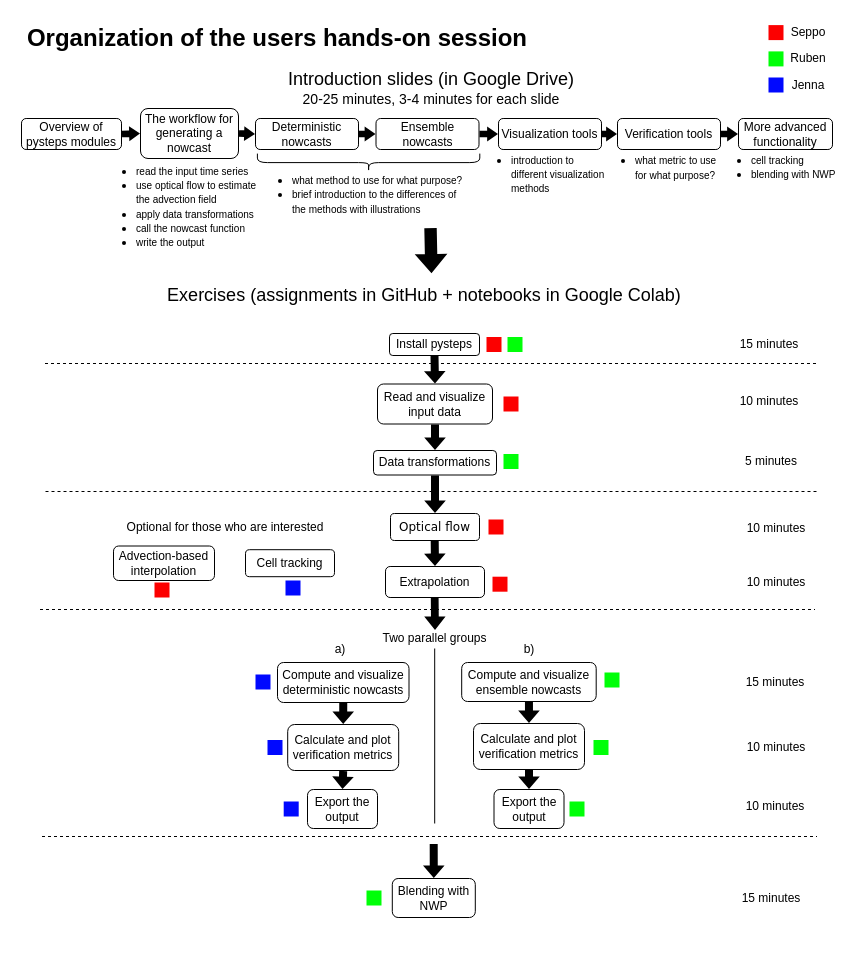
This is hands-on-session-users/session_overview.drawio from pySTEPS/ERAD-nowcasting-course-2022, a draw.io file, before an edit. Source tidied: cells renumbered, new cells numbered last; positions are measured from the earlier drawing's top-left corner, leaving out a move shared by most shapes. Both pictures are drawn from the tidied source at 100%, with x=0, y=0 at pixel (17, 17).
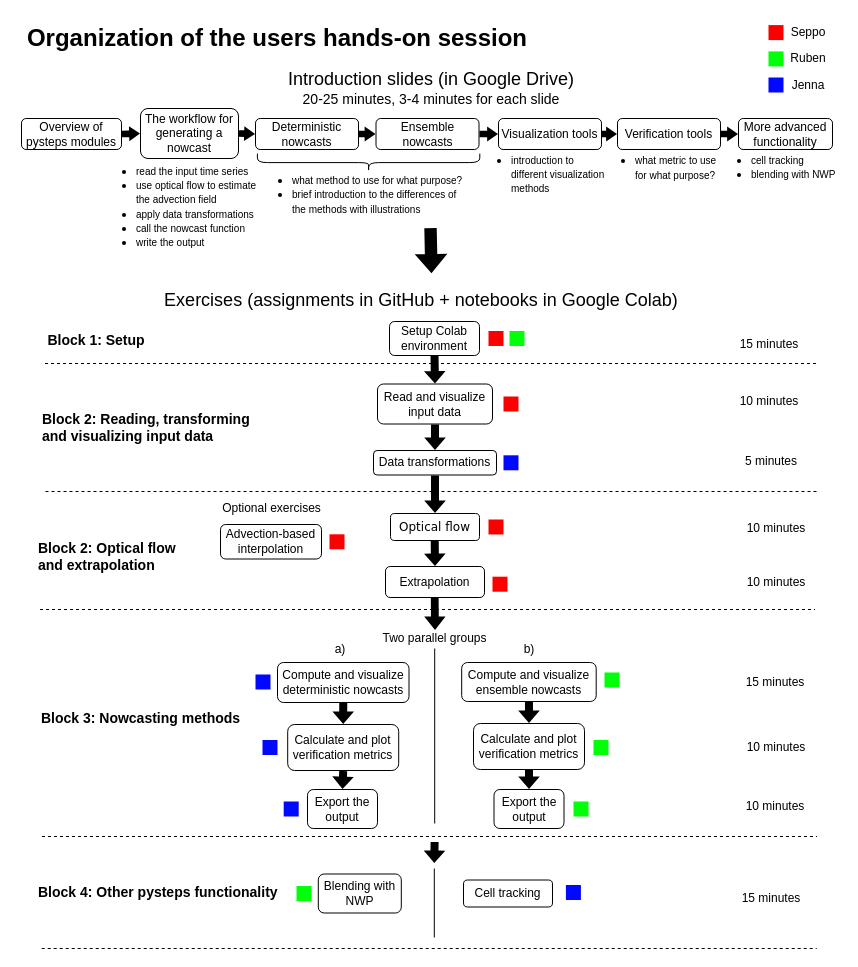
Above is the later version.

Commit message:
Reorganize exercises and add block titles

The edit, as a diff of the source:
```diff
@@
-    <mxCell id="3" value="&lt;font face=&quot;Arial&quot;&gt;Install pysteps&lt;/font&gt;" style="rounded=1;whiteSpace=wrap;html=1;" parent="1" vertex="1">
-      <mxGeometry x="372" y="316" width="90" height="22" as="geometry" />
+    <mxCell id="3" value="&lt;font face=&quot;Arial&quot;&gt;Setup Colab environment&lt;/font&gt;" style="rounded=1;whiteSpace=wrap;html=1;" parent="1" vertex="1">
+      <mxGeometry x="372" y="304" width="90" height="34" as="geometry" />
     </mxCell>
@@
     <mxCell id="8" value="&lt;font face=&quot;Arial&quot;&gt;Blending with NWP&lt;/font&gt;" style="rounded=1;whiteSpace=wrap;html=1;" parent="1" vertex="1">
-      <mxGeometry x="374.8" y="861" width="83" height="39" as="geometry" />
+      <mxGeometry x="300.8" y="856.5" width="83" height="39" as="geometry" />
     </mxCell>
@@
-    <mxCell id="10" value="&lt;font face=&quot;Arial&quot;&gt;Cell tracking&lt;/font&gt;" style="rounded=1;whiteSpace=wrap;html=1;" parent="1" vertex="1">
-      <mxGeometry x="228" y="532.2" width="89" height="27" as="geometry" />
-    </mxCell>
-    <mxCell id="11" value="&lt;font face=&quot;Arial&quot;&gt;Advection-based interpolation&lt;/font&gt;" style="rounded=1;whiteSpace=wrap;html=1;" parent="1" vertex="1">
-      <mxGeometry x="96" y="528.5" width="101" height="34.5" as="geometry" />
-    </mxCell>
@@
     <mxCell id="24" value="&lt;font style=&quot;font-size: 18px;&quot; face=&quot;Arial&quot;&gt;Exercises (assignments in GitHub + notebooks in Google Colab)&lt;br&gt;&lt;/font&gt;" style="text;html=1;strokeColor=none;fillColor=none;align=center;verticalAlign=middle;whiteSpace=wrap;rounded=0;fontFamily=Times New Roman;" parent="1" vertex="1">
-      <mxGeometry x="137" y="262" width="539.8" height="31.2" as="geometry" />
+      <mxGeometry x="134" y="267" width="539.8" height="31.2" as="geometry" />
     </mxCell>
@@
-    <mxCell id="34" style="shape=flexArrow;endArrow=classic;html=1;rounded=0;fontFamily=Times New Roman;fontSize=18;fillColor=#000000;strokeColor=none;width=8;endSize=3.8114285714285714;endWidth=12.571428571428571;exitX=0.5;exitY=1;exitDx=0;exitDy=0;entryX=0.5;entryY=0;entryDx=0;entryDy=0;" parent="1" edge="1" target="8">
+    <mxCell id="34" style="shape=flexArrow;endArrow=classic;html=1;rounded=0;fontFamily=Times New Roman;fontSize=18;fillColor=#000000;strokeColor=none;width=8;endSize=3.8114285714285714;endWidth=12.571428571428571;" parent="1" edge="1">
       <mxGeometry relative="1" as="geometry">
-        <mxPoint x="416.2" y="826" as="sourcePoint" />
+        <mxPoint x="417.1" y="824" as="sourcePoint" />
+        <mxPoint x="416.8" y="846" as="targetPoint" />
       </mxGeometry>
     </mxCell>
@@
-    <mxCell id="53" value="&lt;font face=&quot;Arial&quot;&gt;Optional for those who are interested&lt;/font&gt;" style="text;html=1;strokeColor=none;fillColor=none;align=center;verticalAlign=middle;whiteSpace=wrap;rounded=0;fontFamily=Times New Roman;" parent="1" vertex="1">
-      <mxGeometry x="106" y="497" width="204" height="25" as="geometry" />
-    </mxCell>
@@
     <mxCell id="64" style="rounded=0;whiteSpace=wrap;html=1;fontFamily=Arial;fontSize=10;strokeColor=none;fillColor=#00FF08;" parent="1" vertex="1">
-      <mxGeometry x="349" y="873" width="15" height="15" as="geometry" />
+      <mxGeometry x="279" y="868.5" width="15" height="15" as="geometry" />
     </mxCell>
@@
-    <mxCell id="70" style="rounded=0;whiteSpace=wrap;html=1;fontFamily=Arial;fontSize=10;strokeColor=none;fillColor=#0008FF;" parent="1" vertex="1">
-      <mxGeometry x="268" y="563" width="15" height="15" as="geometry" />
-    </mxCell>
     <mxCell id="71" style="rounded=0;whiteSpace=wrap;html=1;fontFamily=Arial;fontSize=10;strokeColor=none;fillColor=#0008FF;" parent="1" vertex="1">
-      <mxGeometry x="250" y="722.5" width="15" height="15" as="geometry" />
+      <mxGeometry x="245" y="722.5" width="15" height="15" as="geometry" />
     </mxCell>
@@
-    <mxCell id="80" style="rounded=0;whiteSpace=wrap;html=1;fontFamily=Arial;fontSize=10;strokeColor=none;fillColor=#FC0000;" parent="1" vertex="1">
-      <mxGeometry x="137" y="565" width="15" height="15" as="geometry" />
-    </mxCell>
@@
     <mxCell id="82" style="rounded=0;whiteSpace=wrap;html=1;fontFamily=Arial;fontSize=10;strokeColor=none;fillColor=#00FF08;" parent="1" vertex="1">
-      <mxGeometry x="552" y="784" width="15" height="15" as="geometry" />
+      <mxGeometry x="556" y="784" width="15" height="15" as="geometry" />
     </mxCell>
@@
-    <mxCell id="85" style="rounded=0;whiteSpace=wrap;html=1;fontFamily=Arial;fontSize=10;strokeColor=none;fillColor=#00FF08;" parent="1" vertex="1">
-      <mxGeometry x="486" y="436.5" width="15" height="15" as="geometry" />
-    </mxCell>
     <mxCell id="86" style="rounded=0;whiteSpace=wrap;html=1;fontFamily=Arial;fontSize=10;strokeColor=none;fillColor=#FC0000;" parent="1" vertex="1">
-      <mxGeometry x="469" y="319.5" width="15" height="15" as="geometry" />
+      <mxGeometry x="471" y="313.5" width="15" height="15" as="geometry" />
     </mxCell>
     <mxCell id="87" style="rounded=0;whiteSpace=wrap;html=1;fontFamily=Arial;fontSize=10;strokeColor=none;fillColor=#00FF08;" parent="1" vertex="1">
-      <mxGeometry x="490" y="319.5" width="15" height="15" as="geometry" />
+      <mxGeometry x="492" y="313.5" width="15" height="15" as="geometry" />
     </mxCell>
+    <mxCell id="88" value="&lt;font size=&quot;1&quot; face=&quot;Arial&quot;&gt;&lt;b style=&quot;font-size: 14px;&quot;&gt;Block 1: Setup&lt;/b&gt;&lt;/font&gt;" style="text;html=1;strokeColor=none;fillColor=none;align=center;verticalAlign=middle;whiteSpace=wrap;rounded=0;" parent="1" vertex="1">
+      <mxGeometry x="24" y="310.5" width="110" height="24" as="geometry" />
+    </mxCell>
+    <mxCell id="89" value="&lt;div align=&quot;left&quot;&gt;&lt;font size=&quot;1&quot; face=&quot;Arial&quot;&gt;&lt;b style=&quot;font-size: 14px;&quot;&gt;Block 2: Reading, transforming and visualizing input data&lt;/b&gt;&lt;/font&gt;&lt;br&gt;&lt;/div&gt;" style="text;html=1;strokeColor=none;fillColor=none;align=center;verticalAlign=middle;whiteSpace=wrap;rounded=0;" parent="1" vertex="1">
+      <mxGeometry x="24" y="389.5" width="212" height="41" as="geometry" />
+    </mxCell>
+    <mxCell id="90" value="&lt;font size=&quot;1&quot; face=&quot;Arial&quot;&gt;&lt;b style=&quot;font-size: 14px;&quot;&gt;Block 3: Nowcasting methods&lt;br&gt;&lt;/b&gt;&lt;/font&gt;" style="text;html=1;strokeColor=none;fillColor=none;align=center;verticalAlign=middle;whiteSpace=wrap;rounded=0;" parent="1" vertex="1">
+      <mxGeometry x="19" y="690" width="209" height="21.5" as="geometry" />
+    </mxCell>
+    <mxCell id="91" value="&lt;div align=&quot;left&quot;&gt;&lt;font size=&quot;1&quot; face=&quot;Arial&quot;&gt;&lt;b style=&quot;font-size: 14px;&quot;&gt;Block 4: Other pysteps functionality&lt;/b&gt;&lt;/font&gt;&lt;br&gt;&lt;/div&gt;" style="text;html=1;strokeColor=none;fillColor=none;align=left;verticalAlign=middle;whiteSpace=wrap;rounded=0;" parent="1" vertex="1">
+      <mxGeometry x="19" y="859.5" width="253" height="30" as="geometry" />
+    </mxCell>
+    <mxCell id="92" style="endArrow=none;html=1;rounded=0;fontFamily=Times New Roman;fontSize=18;dashed=1;" parent="1" edge="1">
+      <mxGeometry relative="1" as="geometry">
+        <mxPoint x="24.2" y="931" as="sourcePoint" />
+        <mxPoint x="799.2" y="931" as="targetPoint" />
+      </mxGeometry>
+    </mxCell>
+    <mxCell id="10" value="&lt;font face=&quot;Arial&quot;&gt;Cell tracking&lt;/font&gt;" style="rounded=1;whiteSpace=wrap;html=1;" parent="1" vertex="1">
+      <mxGeometry x="446" y="862.5" width="89" height="27" as="geometry" />
+    </mxCell>
+    <mxCell id="11" value="&lt;font face=&quot;Arial&quot;&gt;Advection-based interpolation&lt;/font&gt;" style="rounded=1;whiteSpace=wrap;html=1;" parent="1" vertex="1">
+      <mxGeometry x="203" y="507" width="101" height="34.5" as="geometry" />
+    </mxCell>
+    <mxCell id="93" style="rounded=0;whiteSpace=wrap;html=1;fontFamily=Arial;fontSize=10;strokeColor=none;fillColor=#0008FF;" parent="1" vertex="1">
+      <mxGeometry x="548.4" y="867.5" width="15" height="15" as="geometry" />
+    </mxCell>
+    <mxCell id="94" style="rounded=0;whiteSpace=wrap;html=1;fontFamily=Arial;fontSize=10;strokeColor=none;fillColor=#FC0000;" parent="1" vertex="1">
+      <mxGeometry x="312" y="516.8" width="15" height="15" as="geometry" />
+    </mxCell>
+    <mxCell id="95" value="&lt;font style=&quot;font-size: 12px;&quot; face=&quot;Arial&quot;&gt;&lt;span style=&quot;&quot;&gt;Optional exercises&lt;br&gt;&lt;/span&gt;&lt;/font&gt;" style="text;html=1;strokeColor=none;fillColor=none;align=center;verticalAlign=middle;whiteSpace=wrap;rounded=0;" parent="1" vertex="1">
+      <mxGeometry x="201.7" y="480" width="104.8" height="22" as="geometry" />
+    </mxCell>
+    <mxCell id="96" value="&lt;div align=&quot;left&quot;&gt;&lt;font size=&quot;1&quot; face=&quot;Arial&quot;&gt;&lt;b style=&quot;font-size: 14px;&quot;&gt;Block 2: Optical flow and extrapolation&lt;/b&gt;&lt;/font&gt;&lt;br&gt;&lt;/div&gt;" style="text;html=1;strokeColor=none;fillColor=none;align=left;verticalAlign=middle;whiteSpace=wrap;rounded=0;" parent="1" vertex="1">
+      <mxGeometry x="19" y="521" width="147" height="35" as="geometry" />
+    </mxCell>
+    <mxCell id="97" style="endArrow=none;html=1;rounded=0;fontFamily=Times New Roman;fontSize=18;" parent="1" edge="1">
+      <mxGeometry relative="1" as="geometry">
+        <mxPoint x="416.8" y="920" as="sourcePoint" />
+        <mxPoint x="416.8" y="851" as="targetPoint" />
+      </mxGeometry>
+    </mxCell>
+    <mxCell id="98" style="rounded=0;whiteSpace=wrap;html=1;fontFamily=Arial;fontSize=10;strokeColor=none;fillColor=#0008FF;" parent="1" vertex="1">
+      <mxGeometry x="486" y="437.8" width="15" height="15" as="geometry" />
+    </mxCell>
```
